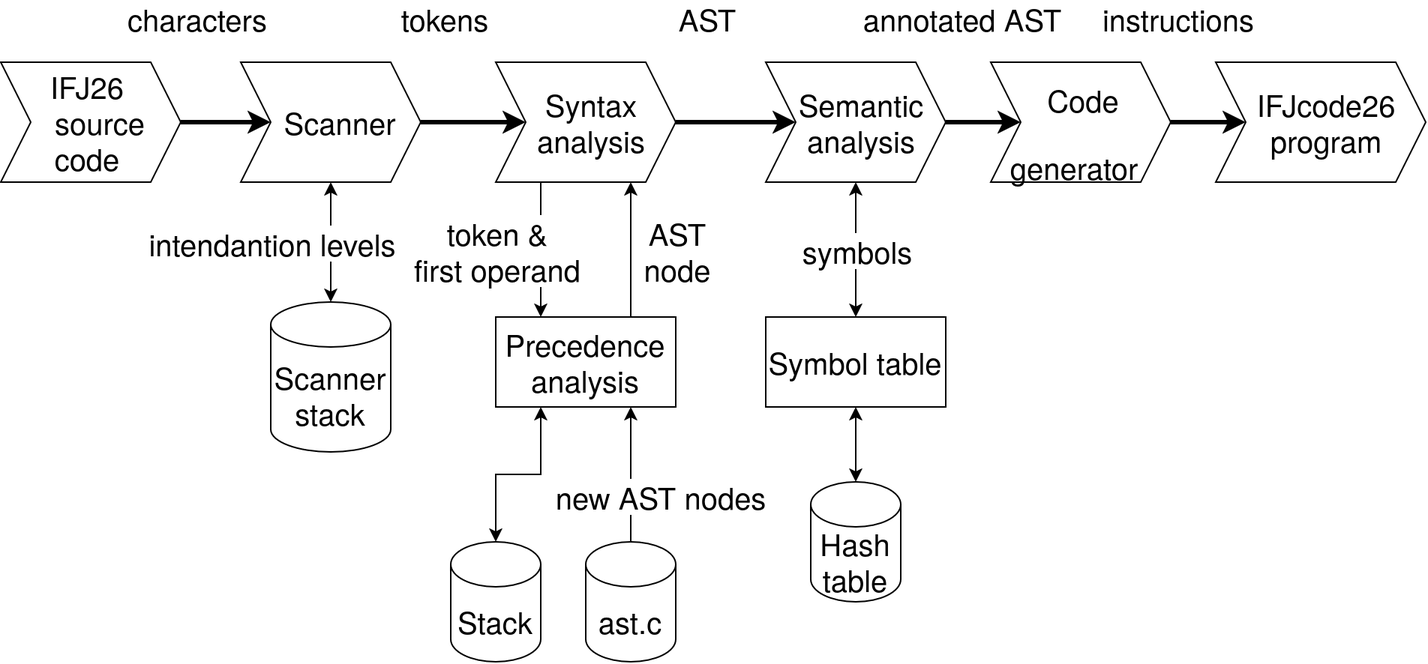
Earlier version of the draw.io export documentation/img/Block-diagram.png (WaizWarden/VUT-IFJ). Source tidied: cells renumbered, new cells last; positions are measured from the earlier drawing's top-left corner, leaving out a move shared by most shapes.
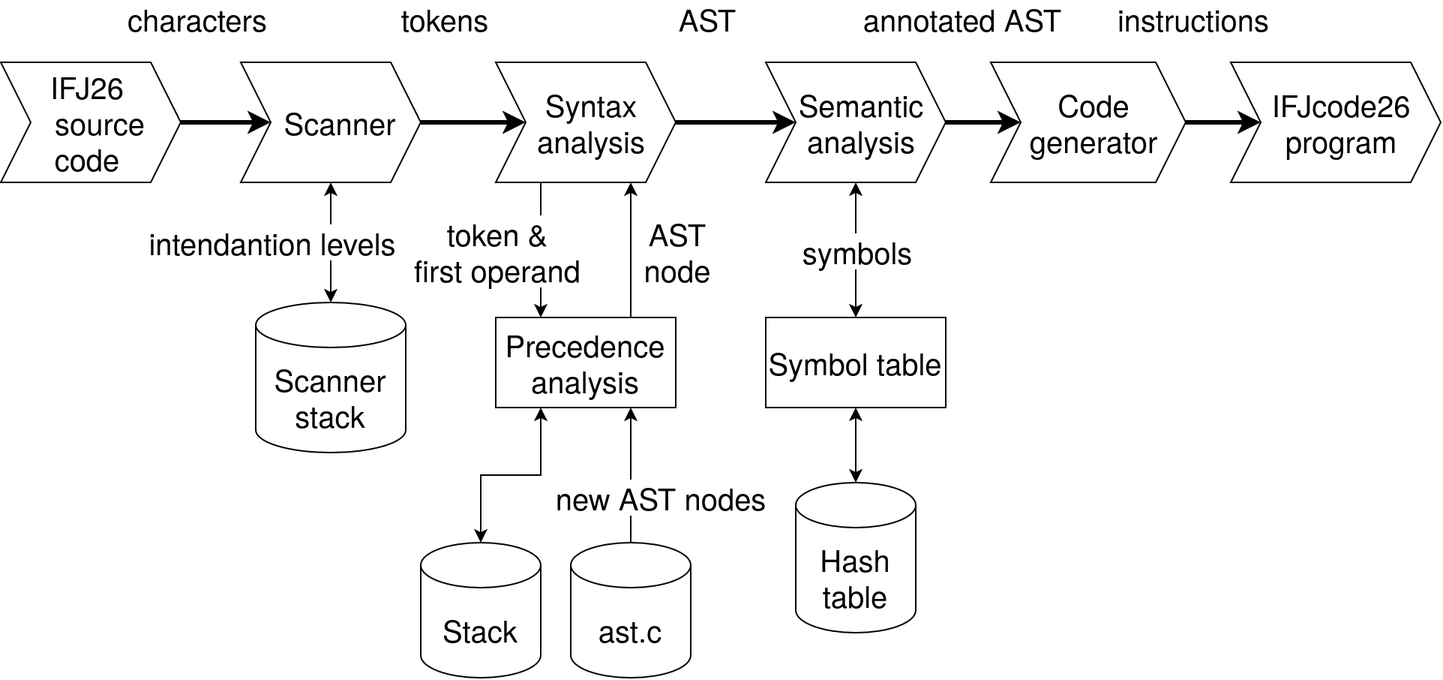
After the change.

Change to the diagram source:
```diff
@@ -25,7 +25,7 @@
       <mxGeometry x="160" width="120" height="80" as="geometry" />
     </mxCell>
     <mxCell id="8" value="&lt;div&gt;Scanner&lt;/div&gt;&lt;div&gt;stack&lt;/div&gt;" style="shape=cylinder3;whiteSpace=wrap;html=1;boundedLbl=1;backgroundOutline=1;size=15;fontSize=20;" parent="1" vertex="1">
-      <mxGeometry x="180" y="160" width="80" height="100" as="geometry" />
+      <mxGeometry x="170" y="160" width="100" height="100" as="geometry" />
     </mxCell>
     <mxCell id="9" style="edgeStyle=orthogonalEdgeStyle;rounded=0;jettySize=auto;html=1;entryX=0.5;entryY=0;entryDx=0;entryDy=0;entryPerimeter=0;defaultLabelBackgroundColor=page;labelPadding=0 4;startArrow=classic;startFill=1;fontSize=20;" parent="1" edge="1" source="7" target="8">
       <mxGeometry relative="1" as="geometry" />
@@ -69,7 +69,7 @@
       <mxGeometry x="-0.38" relative="1" as="geometry" />
     </mxCell>
     <mxCell id="20" value="Stack" style="shape=cylinder3;whiteSpace=wrap;html=1;boundedLbl=1;backgroundOutline=1;size=15;fontSize=20;" parent="1" vertex="1">
-      <mxGeometry x="300" y="320" width="60" height="80" as="geometry" />
+      <mxGeometry x="280" y="320" width="80" height="90" as="geometry" />
     </mxCell>
     <mxCell id="21" style="edgeStyle=orthogonalEdgeStyle;rounded=0;jettySize=auto;html=1;entryX=0.5;entryY=0;entryDx=0;entryDy=0;defaultLabelBackgroundColor=page;labelPadding=0 4;startArrow=classic;startFill=1;fontSize=20;" parent="1" edge="1" source="25" target="27">
       <mxGeometry relative="1" as="geometry" />
@@ -91,7 +91,7 @@
       <mxGeometry x="510" width="120" height="80" as="geometry" />
     </mxCell>
     <mxCell id="26" value="ast.c" style="shape=cylinder3;whiteSpace=wrap;html=1;boundedLbl=1;backgroundOutline=1;size=15;fontSize=20;" parent="1" vertex="1">
-      <mxGeometry x="390" y="320" width="60" height="80" as="geometry" />
+      <mxGeometry x="380" y="320" width="80" height="90" as="geometry" />
     </mxCell>
     <mxCell id="27" value="Symbol table" style="rounded=0;whiteSpace=wrap;html=1;fontSize=20;" parent="1" vertex="1">
       <mxGeometry x="510" y="170" width="120" height="60" as="geometry" />
@@ -100,7 +100,7 @@
       <mxGeometry relative="1" as="geometry" />
     </mxCell>
     <mxCell id="29" value="Hash&lt;br&gt;table" style="shape=cylinder3;whiteSpace=wrap;html=1;boundedLbl=1;backgroundOutline=1;size=15;fontSize=20;" parent="1" vertex="1">
-      <mxGeometry x="540" y="280" width="60" height="80" as="geometry" />
+      <mxGeometry x="530" y="280" width="80" height="100" as="geometry" />
     </mxCell>
     <mxCell id="30" style="edgeStyle=orthogonalEdgeStyle;rounded=0;jettySize=auto;html=1;entryX=0;entryY=0.5;entryDx=0;entryDy=0;defaultLabelBackgroundColor=page;labelPadding=0 4;strokeWidth=3;fontSize=20;" parent="1" edge="1" source="32" target="33">
       <mxGeometry relative="1" as="geometry" />
@@ -110,11 +110,11 @@
         <mxPoint x="-8" y="-72" as="offset" />
       </mxGeometry>
     </mxCell>
-    <mxCell id="32" value="&lt;font&gt;Code generator&lt;/font&gt;" style="shape=step;perimeter=stepPerimeter;whiteSpace=wrap;html=1;shapeInside=1;fixedSize=1;fontSize=20;" parent="1" vertex="1">
-      <mxGeometry x="660" width="120" height="80" as="geometry" />
+    <mxCell id="32" value="Code generator" style="shape=step;perimeter=stepPerimeter;whiteSpace=wrap;html=1;shapeInside=1;fixedSize=1;fontSize=20;" parent="1" vertex="1">
+      <mxGeometry x="660" width="130" height="80" as="geometry" />
     </mxCell>
     <mxCell id="33" value="&lt;div&gt;&lt;font&gt;IFJcode26 program&lt;/font&gt;&lt;/div&gt;" style="shape=step;perimeter=stepPerimeter;whiteSpace=wrap;html=1;shapeInside=1;fixedSize=1;fontSize=20;align=center;" parent="1" vertex="1">
-      <mxGeometry x="810" width="140" height="80" as="geometry" />
+      <mxGeometry x="820" width="140" height="80" as="geometry" />
     </mxCell>
     <mxCell id="34" value="new AST nodes" style="edgeStyle=orthogonalEdgeStyle;rounded=0;jettySize=auto;html=1;defaultLabelBackgroundColor=page;labelPadding=0 4;strokeWidth=1;exitX=0.5;exitY=0;exitDx=0;exitDy=0;entryX=0.75;entryY=1;entryDx=0;entryDy=0;exitPerimeter=0;fontSize=20;" parent="1" edge="1" source="26" target="18">
       <mxGeometry x="-0.33" y="-20" relative="1" as="geometry" />
```
